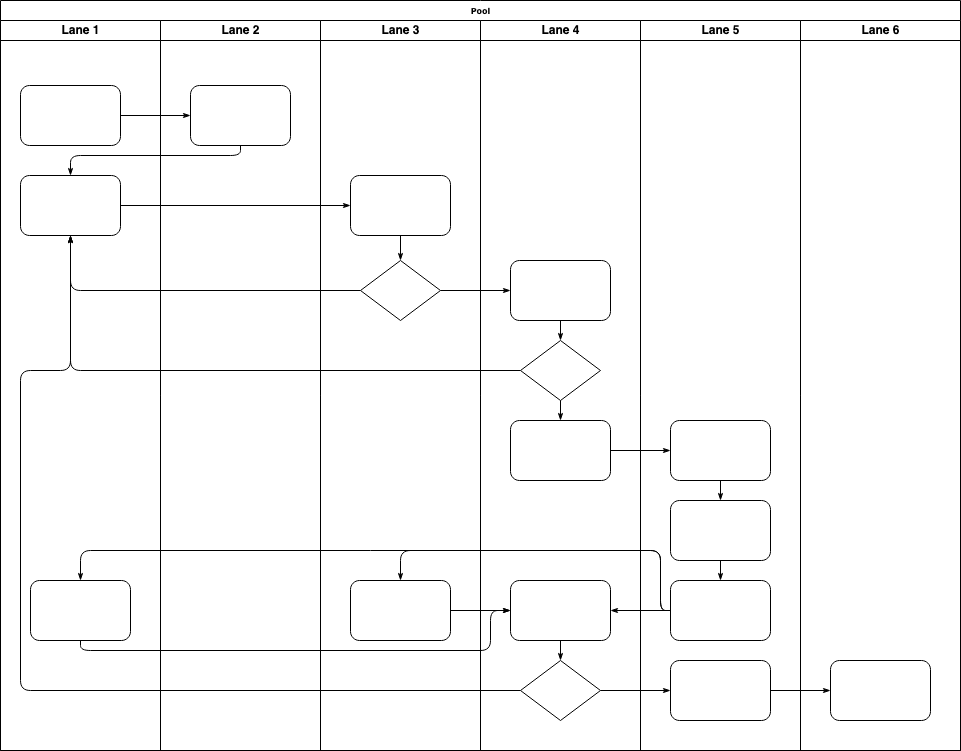
Before: Untitled Diagram.drawio.png, a diagram exported from draw.io (vinod901/rust_practice). Source tidied: cells renumbered, new cells last; positions are measured from the earlier drawing's top-left corner, leaving out a move shared by most shapes. The source it was exported from:
```xml
<mxGraphModel>
  <root>
    <mxCell id="0" />
    <mxCell id="1" parent="0" />
    <mxCell id="2" value="Pool" style="swimlane;html=1;startSize=20;rounded=0;shadow=0;labelBackgroundColor=none;strokeWidth=1;fontFamily=Verdana;fontSize=8;align=center;" parent="1" vertex="1">
      <mxGeometry width="960" height="750" as="geometry" />
    </mxCell>
    <mxCell id="3" value="Lane 1" style="swimlane;html=1;startSize=20;" parent="2" vertex="1">
      <mxGeometry y="20" width="160" height="730" as="geometry" />
    </mxCell>
    <mxCell id="4" style="rounded=1;whiteSpace=wrap;html=1;shadow=0;labelBackgroundColor=none;strokeWidth=1;fontFamily=Verdana;fontSize=8;align=center;" parent="3" vertex="1">
      <mxGeometry x="20" y="65" width="100" height="60" as="geometry" />
    </mxCell>
    <mxCell id="5" style="rounded=1;whiteSpace=wrap;html=1;shadow=0;labelBackgroundColor=none;strokeWidth=1;fontFamily=Verdana;fontSize=8;align=center;" parent="3" vertex="1">
      <mxGeometry x="20" y="155" width="100" height="60" as="geometry" />
    </mxCell>
    <mxCell id="6" style="rounded=1;whiteSpace=wrap;html=1;shadow=0;labelBackgroundColor=none;strokeWidth=1;fontFamily=Verdana;fontSize=8;align=center;" parent="3" vertex="1">
      <mxGeometry x="30" y="560" width="100" height="60" as="geometry" />
    </mxCell>
    <mxCell id="7" style="edgeStyle=orthogonalEdgeStyle;rounded=1;html=1;labelBackgroundColor=none;startArrow=none;startFill=0;startSize=5;endArrow=classicThin;endFill=1;endSize=5;jettySize=auto;strokeWidth=1;fontFamily=Verdana;fontSize=8;" parent="2" edge="1" source="4" target="23">
      <mxGeometry relative="1" as="geometry" />
    </mxCell>
    <mxCell id="8" style="edgeStyle=orthogonalEdgeStyle;rounded=1;html=1;labelBackgroundColor=none;startArrow=none;startFill=0;startSize=5;endArrow=classicThin;endFill=1;endSize=5;jettySize=auto;strokeWidth=1;fontFamily=Verdana;fontSize=8;" parent="2" edge="1" source="23" target="5">
      <mxGeometry relative="1" as="geometry">
        <Array as="points">
          <mxPoint x="240" y="155" />
          <mxPoint x="70" y="155" />
        </Array>
      </mxGeometry>
    </mxCell>
    <mxCell id="9" style="edgeStyle=orthogonalEdgeStyle;rounded=1;html=1;labelBackgroundColor=none;startArrow=none;startFill=0;startSize=5;endArrow=classicThin;endFill=1;endSize=5;jettySize=auto;strokeWidth=1;fontFamily=Verdana;fontSize=8;" parent="2" edge="1" source="5" target="25">
      <mxGeometry relative="1" as="geometry" />
    </mxCell>
    <mxCell id="10" style="edgeStyle=orthogonalEdgeStyle;rounded=1;html=1;labelBackgroundColor=none;startArrow=none;startFill=0;startSize=5;endArrow=classicThin;endFill=1;endSize=5;jettySize=auto;strokeWidth=1;fontFamily=Verdana;fontSize=8;" parent="2" edge="1" source="26" target="5">
      <mxGeometry relative="1" as="geometry" />
    </mxCell>
    <mxCell id="11" style="edgeStyle=orthogonalEdgeStyle;rounded=1;html=1;labelBackgroundColor=none;startArrow=none;startFill=0;startSize=5;endArrow=classicThin;endFill=1;endSize=5;jettySize=auto;strokeWidth=1;fontFamily=Verdana;fontSize=8;" parent="2" edge="1" source="31" target="5">
      <mxGeometry relative="1" as="geometry" />
    </mxCell>
    <mxCell id="12" style="edgeStyle=orthogonalEdgeStyle;rounded=1;html=1;labelBackgroundColor=none;startArrow=none;startFill=0;startSize=5;endArrow=classicThin;endFill=1;endSize=5;jettySize=auto;strokeWidth=1;fontFamily=Verdana;fontSize=8;" parent="2" edge="1" source="34" target="5">
      <mxGeometry relative="1" as="geometry">
        <Array as="points">
          <mxPoint x="20" y="690" />
          <mxPoint x="20" y="370" />
          <mxPoint x="70" y="370" />
        </Array>
      </mxGeometry>
    </mxCell>
    <mxCell id="13" style="edgeStyle=orthogonalEdgeStyle;rounded=1;html=1;labelBackgroundColor=none;startArrow=none;startFill=0;startSize=5;endArrow=classicThin;endFill=1;endSize=5;jettySize=auto;strokeWidth=1;fontFamily=Verdana;fontSize=8;" parent="2" edge="1" source="26" target="30">
      <mxGeometry relative="1" as="geometry" />
    </mxCell>
    <mxCell id="14" style="edgeStyle=orthogonalEdgeStyle;rounded=1;html=1;labelBackgroundColor=none;startArrow=none;startFill=0;startSize=5;endArrow=classicThin;endFill=1;endSize=5;jettySize=auto;strokeWidth=1;fontFamily=Verdana;fontSize=8;" parent="2" edge="1" source="34" target="42">
      <mxGeometry relative="1" as="geometry" />
    </mxCell>
    <mxCell id="15" style="edgeStyle=orthogonalEdgeStyle;rounded=1;html=1;labelBackgroundColor=none;startArrow=none;startFill=0;startSize=5;endArrow=classicThin;endFill=1;endSize=5;jettySize=auto;strokeWidth=1;fontFamily=Verdana;fontSize=8;" parent="2" edge="1" source="42" target="46">
      <mxGeometry relative="1" as="geometry" />
    </mxCell>
    <mxCell id="16" style="edgeStyle=orthogonalEdgeStyle;rounded=1;html=1;labelBackgroundColor=none;startArrow=none;startFill=0;startSize=5;endArrow=classicThin;endFill=1;endSize=5;jettySize=auto;strokeWidth=1;fontFamily=Verdana;fontSize=8;" parent="2" edge="1" source="32" target="39">
      <mxGeometry relative="1" as="geometry" />
    </mxCell>
    <mxCell id="17" style="edgeStyle=orthogonalEdgeStyle;rounded=1;html=1;labelBackgroundColor=none;startArrow=none;startFill=0;startSize=5;endArrow=classicThin;endFill=1;endSize=5;jettySize=auto;strokeWidth=1;fontFamily=Verdana;fontSize=8;" parent="2" edge="1" source="41" target="27">
      <mxGeometry relative="1" as="geometry">
        <Array as="points">
          <mxPoint x="660" y="610" />
          <mxPoint x="660" y="550" />
          <mxPoint x="400" y="550" />
        </Array>
      </mxGeometry>
    </mxCell>
    <mxCell id="18" style="edgeStyle=orthogonalEdgeStyle;rounded=1;html=1;labelBackgroundColor=none;startArrow=none;startFill=0;startSize=5;endArrow=classicThin;endFill=1;endSize=5;jettySize=auto;strokeColor=#000000;strokeWidth=1;fontFamily=Verdana;fontSize=8;fontColor=#000000;" parent="2" edge="1" source="41" target="33">
      <mxGeometry relative="1" as="geometry" />
    </mxCell>
    <mxCell id="19" style="edgeStyle=orthogonalEdgeStyle;rounded=1;html=1;labelBackgroundColor=none;startArrow=none;startFill=0;startSize=5;endArrow=classicThin;endFill=1;endSize=5;jettySize=auto;strokeWidth=1;fontFamily=Verdana;fontSize=8;" parent="2" edge="1" source="41" target="6">
      <mxGeometry relative="1" as="geometry">
        <Array as="points">
          <mxPoint x="660" y="610" />
          <mxPoint x="660" y="550" />
          <mxPoint x="80" y="550" />
        </Array>
      </mxGeometry>
    </mxCell>
    <mxCell id="20" style="edgeStyle=orthogonalEdgeStyle;rounded=1;html=1;labelBackgroundColor=none;startArrow=none;startFill=0;startSize=5;endArrow=classicThin;endFill=1;endSize=5;jettySize=auto;strokeWidth=1;fontFamily=Verdana;fontSize=8;" parent="2" edge="1" source="6" target="33">
      <mxGeometry relative="1" as="geometry">
        <Array as="points">
          <mxPoint x="80" y="650" />
          <mxPoint x="490" y="650" />
          <mxPoint x="490" y="610" />
        </Array>
      </mxGeometry>
    </mxCell>
    <mxCell id="21" style="edgeStyle=orthogonalEdgeStyle;rounded=1;html=1;labelBackgroundColor=none;startArrow=none;startFill=0;startSize=5;endArrow=classicThin;endFill=1;endSize=5;jettySize=auto;strokeWidth=1;fontFamily=Verdana;fontSize=8;" parent="2" edge="1" source="27" target="33">
      <mxGeometry relative="1" as="geometry" />
    </mxCell>
    <mxCell id="22" value="Lane 2" style="swimlane;html=1;startSize=20;" parent="2" vertex="1">
      <mxGeometry x="160" y="20" width="160" height="730" as="geometry" />
    </mxCell>
    <mxCell id="23" style="rounded=1;whiteSpace=wrap;html=1;shadow=0;labelBackgroundColor=none;strokeWidth=1;fontFamily=Verdana;fontSize=8;align=center;" parent="22" vertex="1">
      <mxGeometry x="30" y="65" width="100" height="60" as="geometry" />
    </mxCell>
    <mxCell id="24" value="Lane 3" style="swimlane;html=1;startSize=20;" parent="2" vertex="1">
      <mxGeometry x="320" y="20" width="160" height="730" as="geometry" />
    </mxCell>
    <mxCell id="25" style="rounded=1;whiteSpace=wrap;html=1;shadow=0;labelBackgroundColor=none;strokeWidth=1;fontFamily=Verdana;fontSize=8;align=center;" parent="24" vertex="1">
      <mxGeometry x="30" y="155" width="100" height="60" as="geometry" />
    </mxCell>
    <mxCell id="26" style="rhombus;whiteSpace=wrap;html=1;rounded=0;shadow=0;labelBackgroundColor=none;strokeWidth=1;fontFamily=Verdana;fontSize=8;align=center;" parent="24" vertex="1">
      <mxGeometry x="40" y="240" width="80" height="60" as="geometry" />
    </mxCell>
    <mxCell id="27" style="rounded=1;whiteSpace=wrap;html=1;shadow=0;labelBackgroundColor=none;strokeWidth=1;fontFamily=Verdana;fontSize=8;align=center;" parent="24" vertex="1">
      <mxGeometry x="30" y="560" width="100" height="60" as="geometry" />
    </mxCell>
    <mxCell id="28" style="edgeStyle=orthogonalEdgeStyle;rounded=1;html=1;labelBackgroundColor=none;startArrow=none;startFill=0;startSize=5;endArrow=classicThin;endFill=1;endSize=5;jettySize=auto;strokeWidth=1;fontFamily=Verdana;fontSize=8;" parent="24" edge="1" source="25" target="26">
      <mxGeometry relative="1" as="geometry" />
    </mxCell>
    <mxCell id="29" value="Lane 4" style="swimlane;html=1;startSize=20;" parent="2" vertex="1">
      <mxGeometry x="480" y="20" width="160" height="730" as="geometry" />
    </mxCell>
    <mxCell id="30" style="rounded=1;whiteSpace=wrap;html=1;shadow=0;labelBackgroundColor=none;strokeWidth=1;fontFamily=Verdana;fontSize=8;align=center;" parent="29" vertex="1">
      <mxGeometry x="30" y="240" width="100" height="60" as="geometry" />
    </mxCell>
    <mxCell id="31" style="rhombus;whiteSpace=wrap;html=1;rounded=0;shadow=0;labelBackgroundColor=none;strokeWidth=1;fontFamily=Verdana;fontSize=8;align=center;" parent="29" vertex="1">
      <mxGeometry x="40" y="320" width="80" height="60" as="geometry" />
    </mxCell>
    <mxCell id="32" style="rounded=1;whiteSpace=wrap;html=1;shadow=0;labelBackgroundColor=none;strokeWidth=1;fontFamily=Verdana;fontSize=8;align=center;" parent="29" vertex="1">
      <mxGeometry x="30" y="400" width="100" height="60" as="geometry" />
    </mxCell>
    <mxCell id="33" style="rounded=1;whiteSpace=wrap;html=1;shadow=0;labelBackgroundColor=none;strokeWidth=1;fontFamily=Verdana;fontSize=8;align=center;" parent="29" vertex="1">
      <mxGeometry x="30" y="560" width="100" height="60" as="geometry" />
    </mxCell>
    <mxCell id="34" style="rhombus;whiteSpace=wrap;html=1;rounded=0;shadow=0;labelBackgroundColor=none;strokeWidth=1;fontFamily=Verdana;fontSize=8;align=center;" parent="29" vertex="1">
      <mxGeometry x="40" y="640" width="80" height="60" as="geometry" />
    </mxCell>
    <mxCell id="35" style="edgeStyle=orthogonalEdgeStyle;rounded=1;html=1;labelBackgroundColor=none;startArrow=none;startFill=0;startSize=5;endArrow=classicThin;endFill=1;endSize=5;jettySize=auto;strokeColor=#000000;strokeWidth=1;fontFamily=Verdana;fontSize=8;fontColor=#000000;" parent="29" edge="1" source="30" target="31">
      <mxGeometry relative="1" as="geometry" />
    </mxCell>
    <mxCell id="36" style="edgeStyle=orthogonalEdgeStyle;rounded=1;html=1;labelBackgroundColor=none;startArrow=none;startFill=0;startSize=5;endArrow=classicThin;endFill=1;endSize=5;jettySize=auto;strokeWidth=1;fontFamily=Verdana;fontSize=8;" parent="29" edge="1" source="31" target="32">
      <mxGeometry relative="1" as="geometry" />
    </mxCell>
    <mxCell id="37" style="edgeStyle=orthogonalEdgeStyle;rounded=1;html=1;labelBackgroundColor=none;startArrow=none;startFill=0;startSize=5;endArrow=classicThin;endFill=1;endSize=5;jettySize=auto;strokeWidth=1;fontFamily=Verdana;fontSize=8;" parent="29" edge="1" source="33" target="34">
      <mxGeometry relative="1" as="geometry" />
    </mxCell>
    <mxCell id="38" value="Lane 5" style="swimlane;html=1;startSize=20;" parent="2" vertex="1">
      <mxGeometry x="640" y="20" width="160" height="730" as="geometry" />
    </mxCell>
    <mxCell id="39" style="rounded=1;whiteSpace=wrap;html=1;shadow=0;labelBackgroundColor=none;strokeWidth=1;fontFamily=Verdana;fontSize=8;align=center;" parent="38" vertex="1">
      <mxGeometry x="30" y="400" width="100" height="60" as="geometry" />
    </mxCell>
    <mxCell id="40" style="rounded=1;whiteSpace=wrap;html=1;shadow=0;labelBackgroundColor=none;strokeWidth=1;fontFamily=Verdana;fontSize=8;align=center;" parent="38" vertex="1">
      <mxGeometry x="30" y="480" width="100" height="60" as="geometry" />
    </mxCell>
    <mxCell id="41" style="rounded=1;whiteSpace=wrap;html=1;shadow=0;labelBackgroundColor=none;strokeWidth=1;fontFamily=Verdana;fontSize=8;align=center;" parent="38" vertex="1">
      <mxGeometry x="30" y="560" width="100" height="60" as="geometry" />
    </mxCell>
    <mxCell id="42" style="rounded=1;whiteSpace=wrap;html=1;shadow=0;labelBackgroundColor=none;strokeWidth=1;fontFamily=Verdana;fontSize=8;align=center;" parent="38" vertex="1">
      <mxGeometry x="30" y="640" width="100" height="60" as="geometry" />
    </mxCell>
    <mxCell id="43" style="edgeStyle=orthogonalEdgeStyle;rounded=1;html=1;labelBackgroundColor=none;startArrow=none;startFill=0;startSize=5;endArrow=classicThin;endFill=1;endSize=5;jettySize=auto;strokeWidth=1;fontFamily=Verdana;fontSize=8;" parent="38" edge="1" source="39" target="40">
      <mxGeometry relative="1" as="geometry" />
    </mxCell>
    <mxCell id="44" style="edgeStyle=orthogonalEdgeStyle;rounded=1;html=1;labelBackgroundColor=none;startArrow=none;startFill=0;startSize=5;endArrow=classicThin;endFill=1;endSize=5;jettySize=auto;strokeWidth=1;fontFamily=Verdana;fontSize=8;" parent="38" edge="1" source="40" target="41">
      <mxGeometry relative="1" as="geometry" />
    </mxCell>
    <mxCell id="45" value="Lane 6" style="swimlane;html=1;startSize=20;" parent="2" vertex="1">
      <mxGeometry x="800" y="20" width="160" height="730" as="geometry" />
    </mxCell>
    <mxCell id="46" style="rounded=1;whiteSpace=wrap;html=1;shadow=0;labelBackgroundColor=none;strokeWidth=1;fontFamily=Verdana;fontSize=8;align=center;" parent="45" vertex="1">
      <mxGeometry x="30" y="640" width="100" height="60" as="geometry" />
    </mxCell>
  </root>
</mxGraphModel>
```
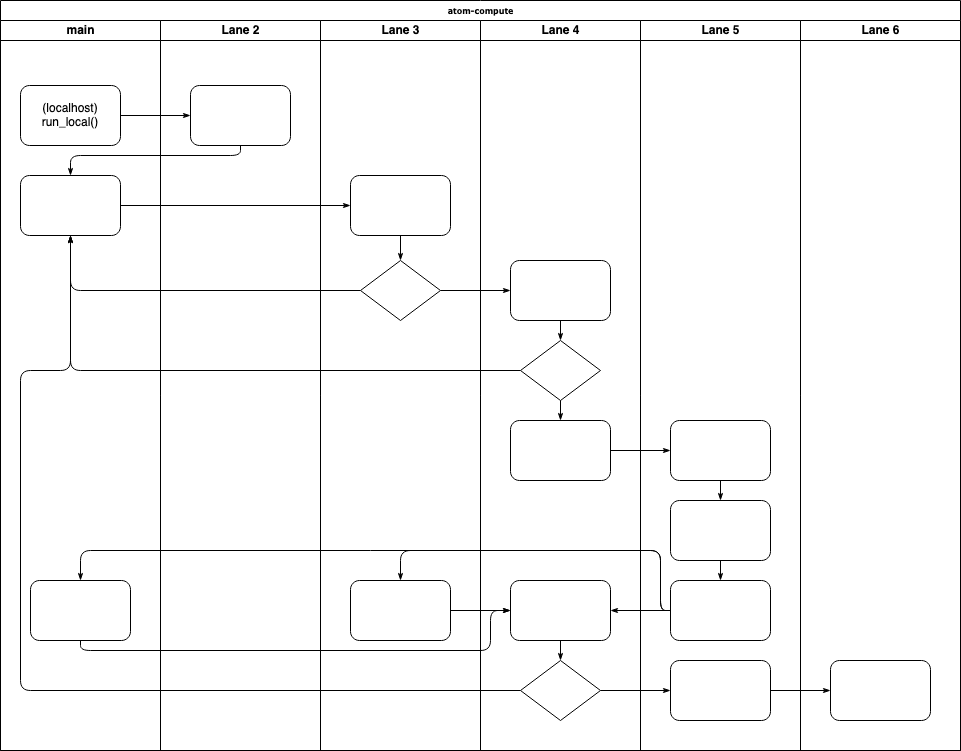
After the change.

What changed in the source:
```diff
@@ -2,10 +2,10 @@
   <root>
     <mxCell id="0" />
     <mxCell id="1" parent="0" />
-    <mxCell id="2" value="Pool" style="swimlane;html=1;startSize=20;rounded=0;shadow=0;labelBackgroundColor=none;strokeWidth=1;fontFamily=Verdana;fontSize=8;align=center;" parent="1" vertex="1">
+    <mxCell id="2" value="atom-compute" style="swimlane;html=1;startSize=20;rounded=0;shadow=0;labelBackgroundColor=none;strokeWidth=1;fontFamily=Verdana;fontSize=8;align=center;" parent="1" vertex="1">
       <mxGeometry width="960" height="750" as="geometry" />
     </mxCell>
-    <mxCell id="3" value="Lane 1" style="swimlane;html=1;startSize=20;" parent="2" vertex="1">
+    <mxCell id="3" value="&lt;div&gt;main&lt;/div&gt;" style="swimlane;html=1;startSize=20;" parent="2" vertex="1">
       <mxGeometry y="20" width="160" height="730" as="geometry" />
     </mxCell>
     <mxCell id="4" style="rounded=1;whiteSpace=wrap;html=1;shadow=0;labelBackgroundColor=none;strokeWidth=1;fontFamily=Verdana;fontSize=8;align=center;" parent="3" vertex="1">
@@ -17,6 +17,9 @@
     <mxCell id="6" style="rounded=1;whiteSpace=wrap;html=1;shadow=0;labelBackgroundColor=none;strokeWidth=1;fontFamily=Verdana;fontSize=8;align=center;" parent="3" vertex="1">
       <mxGeometry x="30" y="560" width="100" height="60" as="geometry" />
     </mxCell>
+    <mxCell id="47" value="&lt;div&gt;(localhost)&lt;/div&gt;&lt;div&gt;run_local()&lt;br&gt;&lt;/div&gt;" style="text;html=1;strokeColor=none;fillColor=none;align=center;verticalAlign=middle;whiteSpace=wrap;rounded=0;" parent="3" vertex="1">
+      <mxGeometry x="40" y="80" width="60" height="30" as="geometry" />
+    </mxCell>
     <mxCell id="7" style="edgeStyle=orthogonalEdgeStyle;rounded=1;html=1;labelBackgroundColor=none;startArrow=none;startFill=0;startSize=5;endArrow=classicThin;endFill=1;endSize=5;jettySize=auto;strokeWidth=1;fontFamily=Verdana;fontSize=8;" parent="2" edge="1" source="4" target="23">
       <mxGeometry relative="1" as="geometry" />
     </mxCell>
```
